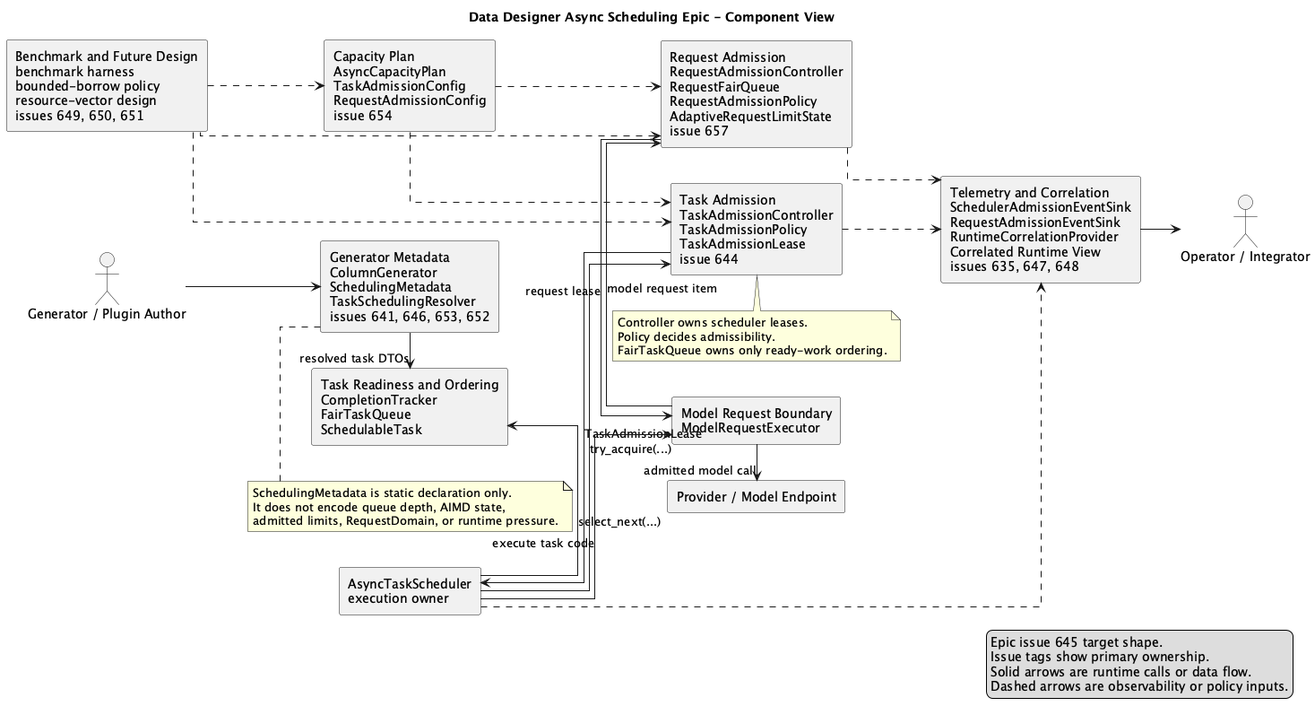
Above: plans/645/AsyncSchedulingEpicComponent.png in NVIDIA-NeMo/DataDesigner (PlantUML), before the change.
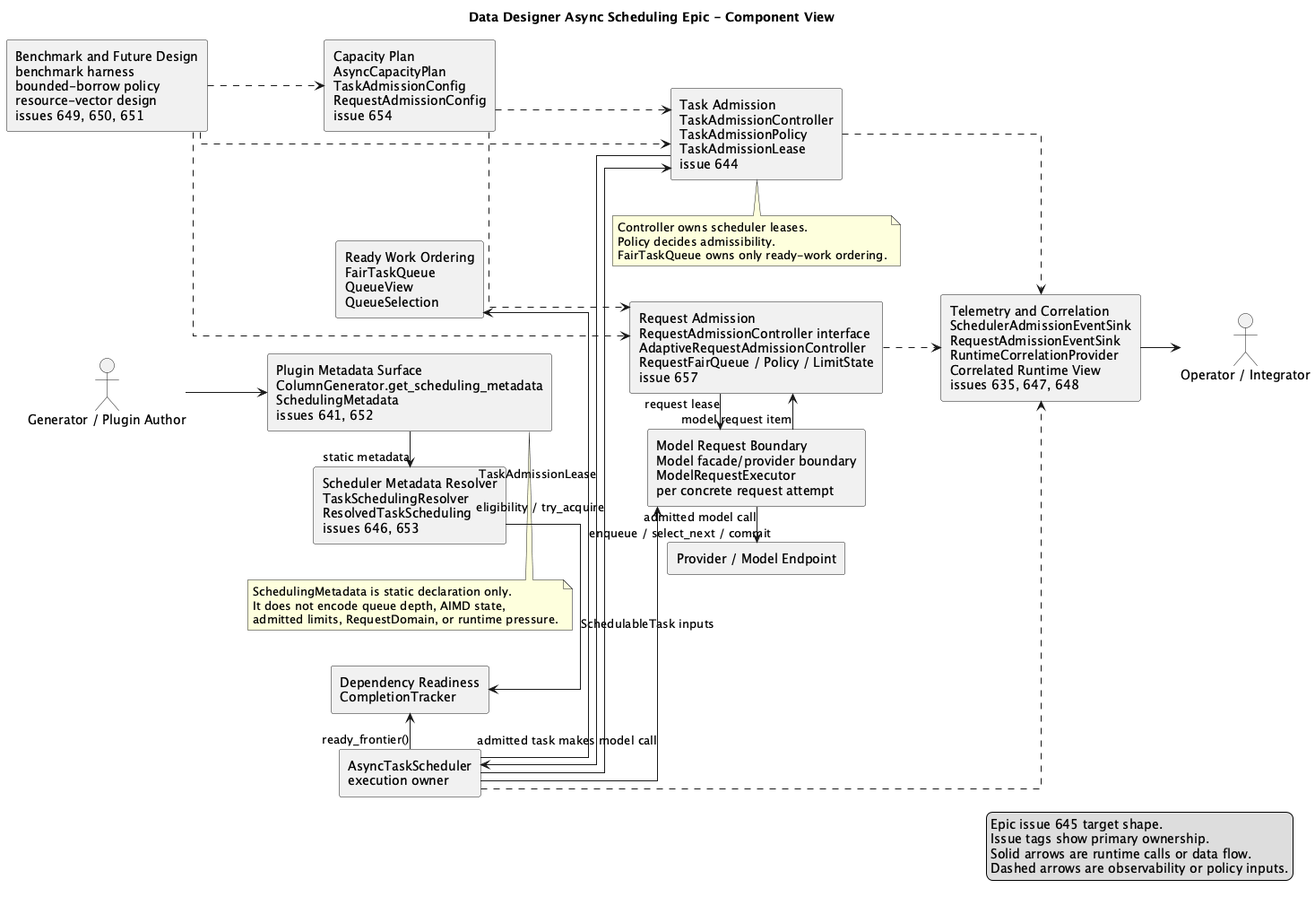
After the commit.

The edit, as a diff of the source:
```diff
@@ -19,12 +19,14 @@
 actor "Generator / Plugin Author" as Author
 actor "Operator / Integrator" as Operator
 
-component "Generator Metadata\nColumnGenerator\nSchedulingMetadata\nTaskSchedulingResolver\nissues 641, 646, 653, 652" as MetadataStage
-component "Task Readiness and Ordering\nCompletionTracker\nFairTaskQueue\nSchedulableTask" as TaskQueueStage
+component "Plugin Metadata Surface\nColumnGenerator.get_scheduling_metadata\nSchedulingMetadata\nissues 641, 652" as MetadataStage
+component "Scheduler Metadata Resolver\nTaskSchedulingResolver\nResolvedTaskScheduling\nissues 646, 653" as ResolverStage
+component "Dependency Readiness\nCompletionTracker" as ReadinessStage
+component "Ready Work Ordering\nFairTaskQueue\nQueueView\nQueueSelection" as TaskQueueStage
 component "Task Admission\nTaskAdmissionController\nTaskAdmissionPolicy\nTaskAdmissionLease\nissue 644" as TaskAdmissionStage
 component "AsyncTaskScheduler\nexecution owner" as SchedulerStage
-component "Model Request Boundary\nModelRequestExecutor" as ModelBoundaryStage
-component "Request Admission\nRequestAdmissionController\nRequestFairQueue\nRequestAdmissionPolicy\nAdaptiveRequestLimitState\nissue 657" as RequestAdmissionStage
+component "Model Request Boundary\nModel facade/provider boundary\nModelRequestExecutor\nper concrete request attempt" as ModelBoundaryStage
+component "Request Admission\nRequestAdmissionController interface\nAdaptiveRequestAdmissionController\nRequestFairQueue / Policy / LimitState\nissue 657" as RequestAdmissionStage
 component "Provider / Model Endpoint" as ProviderStage
 
 component "Capacity Plan\nAsyncCapacityPlan\nTaskAdmissionConfig\nRequestAdmissionConfig\nissue 654" as CapacityStage
@@ -32,11 +34,13 @@
 component "Benchmark and Future Design\nbenchmark harness\nbounded-borrow policy\nresource-vector design\nissues 649, 650, 651" as EvidenceStage
 
 Author --> MetadataStage
-MetadataStage -right-> TaskQueueStage : resolved task DTOs
-SchedulerStage -left-> TaskQueueStage : select_next(...)
-SchedulerStage -down-> TaskAdmissionStage : try_acquire(...)
+MetadataStage -right-> ResolverStage : static metadata
+ResolverStage -right-> ReadinessStage : SchedulableTask inputs
+SchedulerStage -left-> ReadinessStage : ready_frontier()
+SchedulerStage -left-> TaskQueueStage : enqueue / select_next / commit
+SchedulerStage -down-> TaskAdmissionStage : eligibility / try_acquire
 TaskAdmissionStage -up-> SchedulerStage : TaskAdmissionLease
-SchedulerStage -right-> ModelBoundaryStage : execute task code
+SchedulerStage -right-> ModelBoundaryStage : admitted task makes model call
 ModelBoundaryStage -right-> RequestAdmissionStage : model request item
 RequestAdmissionStage -right-> ModelBoundaryStage : request lease
 ModelBoundaryStage -right-> ProviderStage : admitted model call
```
